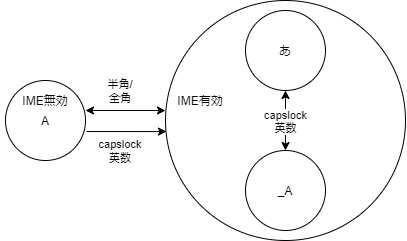
This is before.drawio.png from loftkun/key-settings, a draw.io export, as it was before one commit. Source tidied: cells renumbered, new cells last; positions are measured from the earlier drawing's top-left corner, leaving out a move shared by most shapes.
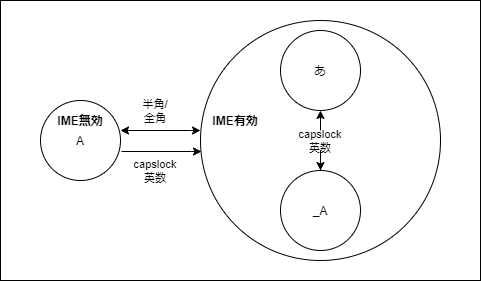
After the commit.

Commit message:
set the background of the image to opaque

The edit, as a diff of the source:
```diff
@@ -2,16 +2,19 @@
   <root>
     <mxCell id="0" />
     <mxCell id="1" parent="0" />
+    <mxCell id="13" style="rounded=0;whiteSpace=wrap;html=1;fillColor=#FFFFFF;fontColor=#000000;strokeColor=#000000;" parent="1" vertex="1">
+      <mxGeometry x="-35" y="-20" width="480" height="280" as="geometry" />
+    </mxCell>
-    <mxCell id="2" style="ellipse;whiteSpace=wrap;html=1;fillColor=none;" parent="1" vertex="1">
+    <mxCell id="2" style="ellipse;whiteSpace=wrap;html=1;fillColor=none;fontColor=#000000;strokeColor=#000000;" parent="1" vertex="1">
       <mxGeometry x="165" width="240" height="240" as="geometry" />
     </mxCell>
-    <mxCell id="3" value="A" style="ellipse;whiteSpace=wrap;html=1;" parent="1" vertex="1">
+    <mxCell id="3" value="A" style="ellipse;whiteSpace=wrap;html=1;fillColor=#FFFFFF;fontColor=#000000;strokeColor=#000000;" parent="1" vertex="1">
       <mxGeometry x="5" y="80" width="80" height="80" as="geometry" />
     </mxCell>
-    <mxCell id="4" value="_A" style="ellipse;whiteSpace=wrap;html=1;" parent="1" vertex="1">
+    <mxCell id="4" value="_A" style="ellipse;whiteSpace=wrap;html=1;fontColor=#000000;strokeColor=#000000;fillColor=#FFFFFF;" parent="1" vertex="1">
       <mxGeometry x="245" y="150" width="80" height="80" as="geometry" />
     </mxCell>
-    <mxCell id="5" style="edgeStyle=orthogonalEdgeStyle;rounded=0;orthogonalLoop=1;jettySize=auto;html=1;exitX=0;exitY=0.5;exitDx=0;exitDy=0;entryX=1;entryY=0.5;entryDx=0;entryDy=0;startArrow=classic;startFill=1;" parent="1" edge="1">
+    <mxCell id="5" style="edgeStyle=orthogonalEdgeStyle;rounded=0;orthogonalLoop=1;jettySize=auto;html=1;exitX=0;exitY=0.5;exitDx=0;exitDy=0;entryX=1;entryY=0.5;entryDx=0;entryDy=0;startArrow=classic;startFill=1;fontColor=#000000;strokeColor=#000000;" parent="1" edge="1">
       <mxGeometry relative="1" as="geometry">
         <mxPoint x="165" y="110" as="sourcePoint" />
         <mxPoint x="85" y="110" as="targetPoint" />
@@ -21,25 +24,22 @@
         </Array>
       </mxGeometry>
     </mxCell>
-    <mxCell id="6" value="capslock&lt;br&gt;英数" style="edgeStyle=orthogonalEdgeStyle;rounded=0;jettySize=auto;html=1;exitX=0.5;exitY=1;exitDx=0;exitDy=0;entryX=0.5;entryY=0;entryDx=0;entryDy=0;startArrow=classic;startFill=1;endArrow=classic;endFill=1;" parent="1" edge="1" source="7" target="4">
-      <mxGeometry relative="1" as="geometry" />
-    </mxCell>
-    <mxCell id="7" value="あ" style="ellipse;whiteSpace=wrap;html=1;" parent="1" vertex="1">
+    <mxCell id="7" value="あ" style="ellipse;whiteSpace=wrap;html=1;fontColor=#000000;strokeColor=#000000;fillColor=#FFFFFF;" parent="1" vertex="1">
       <mxGeometry x="245" y="10" width="80" height="80" as="geometry" />
     </mxCell>
-    <mxCell id="8" value="IME有効" style="text;html=1;strokeColor=none;fillColor=none;align=center;verticalAlign=middle;whiteSpace=wrap;rounded=0;" parent="1" vertex="1">
+    <mxCell id="8" value="&lt;b&gt;IME有効&lt;/b&gt;" style="text;html=1;fillColor=none;align=center;verticalAlign=middle;whiteSpace=wrap;rounded=0;fontColor=#000000;" parent="1" vertex="1">
       <mxGeometry x="155" y="90" width="90" height="20" as="geometry" />
     </mxCell>
-    <mxCell id="9" value="IME無効" style="text;html=1;strokeColor=none;fillColor=none;align=center;verticalAlign=middle;whiteSpace=wrap;rounded=0;" parent="1" vertex="1">
+    <mxCell id="9" value="&lt;b&gt;IME無効&lt;/b&gt;" style="text;html=1;align=center;verticalAlign=middle;whiteSpace=wrap;rounded=0;fontColor=#000000;" parent="1" vertex="1">
       <mxGeometry y="90" width="90" height="20" as="geometry" />
     </mxCell>
-    <mxCell id="10" value="&lt;span style=&quot;font-size: 11px&quot;&gt;半角/&lt;/span&gt;&lt;br style=&quot;font-size: 11px&quot;&gt;&lt;span style=&quot;font-size: 11px&quot;&gt;全角&lt;/span&gt;" style="text;html=1;strokeColor=none;fillColor=none;align=center;verticalAlign=middle;whiteSpace=wrap;rounded=0;" parent="1" vertex="1">
+    <mxCell id="10" value="&lt;span style=&quot;font-size: 11px&quot;&gt;半角/&lt;/span&gt;&lt;br style=&quot;font-size: 11px&quot;&gt;&lt;span style=&quot;font-size: 11px&quot;&gt;全角&lt;/span&gt;" style="text;html=1;fillColor=none;align=center;verticalAlign=middle;whiteSpace=wrap;rounded=0;fontColor=#000000;" parent="1" vertex="1">
       <mxGeometry x="75" y="80" width="90" height="20" as="geometry" />
     </mxCell>
-    <mxCell id="11" value="&lt;span style=&quot;font-size: 11px&quot;&gt;capslock&lt;/span&gt;&lt;br style=&quot;font-size: 11px&quot;&gt;&lt;span style=&quot;font-size: 11px&quot;&gt;英数&lt;/span&gt;" style="text;html=1;strokeColor=none;fillColor=none;align=center;verticalAlign=middle;whiteSpace=wrap;rounded=0;" parent="1" vertex="1">
+    <mxCell id="11" value="&lt;span style=&quot;font-size: 11px&quot;&gt;capslock&lt;/span&gt;&lt;br style=&quot;font-size: 11px&quot;&gt;&lt;span style=&quot;font-size: 11px&quot;&gt;英数&lt;/span&gt;" style="text;html=1;fillColor=none;align=center;verticalAlign=middle;whiteSpace=wrap;rounded=0;fontColor=#000000;" parent="1" vertex="1">
       <mxGeometry x="75" y="140" width="90" height="20" as="geometry" />
     </mxCell>
-    <mxCell id="12" style="edgeStyle=orthogonalEdgeStyle;rounded=0;orthogonalLoop=1;jettySize=auto;html=1;exitX=0;exitY=0.5;exitDx=0;exitDy=0;entryX=1;entryY=0.5;entryDx=0;entryDy=0;startArrow=classic;startFill=1;endArrow=none;endFill=0;" parent="1" edge="1">
+    <mxCell id="12" style="edgeStyle=orthogonalEdgeStyle;rounded=0;orthogonalLoop=1;jettySize=auto;html=1;exitX=0;exitY=0.5;exitDx=0;exitDy=0;entryX=1;entryY=0.5;entryDx=0;entryDy=0;startArrow=classic;startFill=1;endArrow=none;endFill=0;fontColor=#000000;strokeColor=#000000;" parent="1" edge="1">
       <mxGeometry relative="1" as="geometry">
         <mxPoint x="166" y="131" as="sourcePoint" />
         <mxPoint x="86" y="131" as="targetPoint" />
@@ -49,5 +49,16 @@
         </Array>
       </mxGeometry>
     </mxCell>
+    <mxCell id="6" value="&lt;span style=&quot;font-size: 11px&quot;&gt;capslock&lt;/span&gt;&lt;br style=&quot;font-size: 11px&quot;&gt;&lt;span style=&quot;font-size: 11px&quot;&gt;英数&lt;/span&gt;" style="text;html=1;fillColor=none;align=center;verticalAlign=middle;whiteSpace=wrap;rounded=0;fontColor=#000000;" parent="1" vertex="1">
+      <mxGeometry x="240" y="110" width="90" height="20" as="geometry" />
+    </mxCell>
+    <mxCell id="14" style="edgeStyle=orthogonalEdgeStyle;rounded=0;jettySize=auto;html=1;entryX=0.5;entryY=0;entryDx=0;entryDy=0;startArrow=classic;startFill=1;endArrow=none;endFill=0;fontColor=#000000;strokeColor=#000000;exitX=0.5;exitY=1;exitDx=0;exitDy=0;" parent="1" edge="1" source="7" target="6">
+      <mxGeometry relative="1" as="geometry" />
+    </mxCell>
+    <mxCell id="15" style="edgeStyle=orthogonalEdgeStyle;rounded=0;jettySize=auto;html=1;startArrow=classic;startFill=1;endArrow=none;endFill=0;fontColor=#000000;strokeColor=#000000;" parent="1" edge="1" source="4">
+      <mxGeometry relative="1" as="geometry">
+        <mxPoint x="285" y="130" as="targetPoint" />
+      </mxGeometry>
+    </mxCell>
   </root>
 </mxGraphModel>
```
